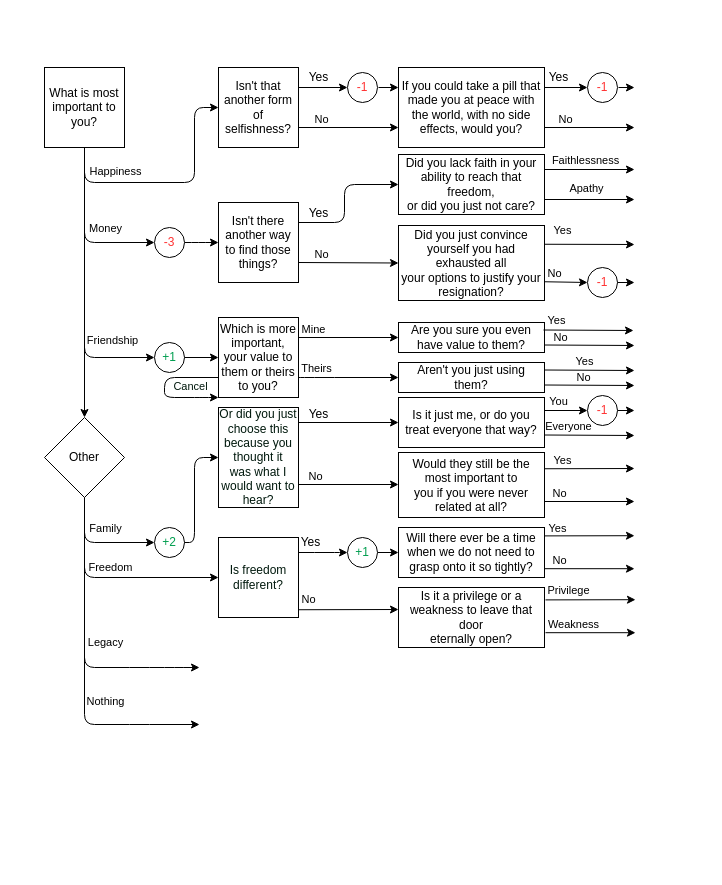
Before: assets/media/reborn/Untitled Diagram.drawio in BIGJRA/BIGJRA.github.io, a draw.io diagram. Source tidied: cells renumbered, new cells numbered last; positions are measured from the earlier drawing's top-left corner, leaving out a move shared by most shapes. Both pictures are drawn from the tidied source at 100%, with x=0, y=0 at pixel (44, 67).
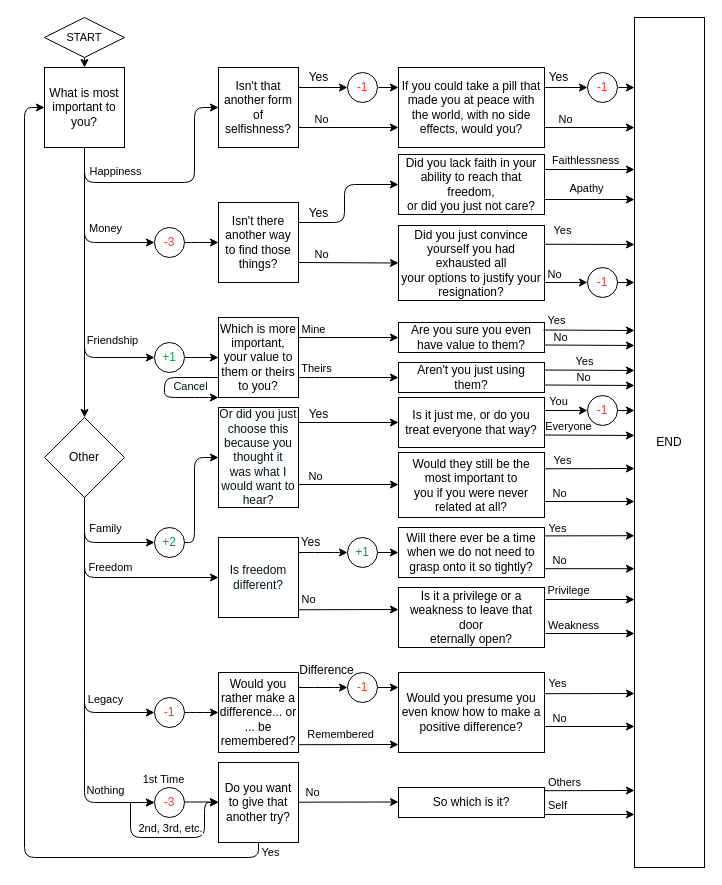
The same page after the edit.

Commit message:
finished diagram

Unchanged cells that the change refers to:
```xml
<mxCell id="16" value="What is most important to you?" style="whiteSpace=wrap;html=1;fontColor=#000000;" parent="1" vertex="1">
  <mxGeometry width="80" height="80" as="geometry" />
</mxCell>
<mxCell id="42" value="Did you just convince yourself you had exhausted all &lt;br&gt;your options to justify your resignation?" style="rounded=0;whiteSpace=wrap;html=1;fontColor=default;" parent="1" vertex="1">
  <mxGeometry x="354" y="158" width="146" height="75" as="geometry" />
</mxCell>
<mxCell id="43" value="-1" style="ellipse;whiteSpace=wrap;html=1;fontColor=#FF3333;" parent="1" vertex="1">
  <mxGeometry x="543" y="200" width="30" height="30" as="geometry" />
</mxCell>
<mxCell id="52" value="Other" style="rhombus;whiteSpace=wrap;html=1;fontColor=default;" parent="1" vertex="1">
  <mxGeometry y="350" width="80" height="80" as="geometry" />
</mxCell>
```

The edit, as a diff of the source:
```diff
@@
-    <mxCell id="10" style="endArrow=classic;html=1;exitX=0.5;exitY=1;exitDx=0;exitDy=0;" parent="1" edge="1" source="52">
+    <mxCell id="10" style="endArrow=classic;html=1;exitX=0.5;exitY=1;exitDx=0;exitDy=0;entryX=0;entryY=0.5;entryDx=0;entryDy=0;" parent="1" edge="1" source="52" target="109">
       <mxGeometry relative="1" as="geometry">
-        <mxPoint x="155" y="600" as="targetPoint" />
         <Array as="points">
-          <mxPoint x="40" y="600" />
-          <mxPoint x="95" y="600" />
-          <mxPoint x="130" y="600" />
+          <mxPoint x="40" y="645" />
         </Array>
       </mxGeometry>
     </mxCell>
     <mxCell id="11" value="Legacy" style="edgeLabel;html=1;align=center;verticalAlign=middle;" parent="10" vertex="1">
       <mxGeometry relative="1" as="geometry">
-        <mxPoint x="20" y="1" as="offset" />
+        <mxPoint x="20" y="58" as="offset" />
       </mxGeometry>
     </mxCell>
-    <mxCell id="12" style="endArrow=classic;html=1;exitX=0.5;exitY=1;exitDx=0;exitDy=0;" parent="1" edge="1" source="52">
+    <mxCell id="12" style="endArrow=classic;html=1;exitX=0.5;exitY=1;exitDx=0;exitDy=0;entryX=0;entryY=0.5;entryDx=0;entryDy=0;" parent="1" edge="1" source="52" target="121">
       <mxGeometry relative="1" as="geometry">
-        <mxPoint x="155" y="657" as="targetPoint" />
         <Array as="points">
           <mxPoint x="40" y="657" />
-          <mxPoint x="95" y="657" />
+          <mxPoint x="40" y="735" />
         </Array>
       </mxGeometry>
     </mxCell>
     <mxCell id="13" value="&lt;div&gt;Nothing&lt;/div&gt;" style="edgeLabel;html=1;align=center;verticalAlign=middle;" parent="12" vertex="1">
       <mxGeometry relative="1" as="geometry">
-        <mxPoint x="20" y="32" as="offset" />
+        <mxPoint x="20" y="104" as="offset" />
       </mxGeometry>
     </mxCell>
@@
-    <mxCell id="45" style="endArrow=classic;html=1;fontColor=#FF3333;exitX=1;exitY=0.75;exitDx=0;exitDy=0;entryX=0;entryY=0.5;entryDx=0;entryDy=0;" parent="1" edge="1" source="42" target="43">
-      <mxGeometry relative="1" as="geometry" />
+    <mxCell id="45" style="endArrow=classic;html=1;fontColor=#FF3333;entryX=0;entryY=0.5;entryDx=0;entryDy=0;" parent="1" edge="1" target="43">
+      <mxGeometry relative="1" as="geometry">
+        <mxPoint x="500" y="215" as="sourcePoint" />
+      </mxGeometry>
     </mxCell>
@@
     <mxCell id="58" style="endArrow=classic;html=1;fontColor=#FF3333;exitX=1;exitY=0.25;exitDx=0;exitDy=0;" parent="1" edge="1">
       <mxGeometry relative="1" as="geometry">
         <mxPoint x="499" y="262.5" as="sourcePoint" />
-        <mxPoint x="589" y="263" as="targetPoint" />
+        <mxPoint x="590" y="263" as="targetPoint" />
       </mxGeometry>
     </mxCell>
@@
     <mxCell id="101" style="endArrow=classic;html=1;fontColor=#FF3333;exitX=1;exitY=0.25;exitDx=0;exitDy=0;snapToPoint=1;flowAnimation=0;orthogonal=1;" parent="1" edge="1">
       <mxGeometry relative="1" as="geometry">
-        <mxPoint x="501" y="532.4" as="sourcePoint" />
-        <mxPoint x="591" y="532.2" as="targetPoint" />
+        <mxPoint x="501" y="532" as="sourcePoint" />
+        <mxPoint x="590" y="532" as="targetPoint" />
       </mxGeometry>
     </mxCell>
     <mxCell id="102" style="endArrow=classic;html=1;fontColor=#FF3333;" parent="1" edge="1">
       <mxGeometry relative="1" as="geometry">
-        <mxPoint x="501" y="565.2" as="sourcePoint" />
-        <mxPoint x="591" y="565.2" as="targetPoint" />
+        <mxPoint x="501" y="566" as="sourcePoint" />
+        <mxPoint x="590" y="566" as="targetPoint" />
       </mxGeometry>
     </mxCell>
@@
+    <mxCell id="107" value="Would you rather make a difference... or ... be &lt;br&gt;remembered?" style="rounded=0;whiteSpace=wrap;html=1;fontColor=#000000;" parent="1" vertex="1">
+      <mxGeometry x="174" y="605" width="80" height="80" as="geometry" />
+    </mxCell>
+    <mxCell id="108" style="edgeStyle=orthogonalEdgeStyle;rounded=1;comic=0;jettySize=auto;html=1;exitX=1;exitY=0.5;exitDx=0;exitDy=0;entryX=0;entryY=0.5;entryDx=0;entryDy=0;fontSize=11;fontColor=#00190D;" parent="1" edge="1" source="109" target="107">
+      <mxGeometry relative="1" as="geometry">
+        <Array as="points">
+          <mxPoint x="150" y="645" />
+          <mxPoint x="150" y="645" />
+        </Array>
+      </mxGeometry>
+    </mxCell>
+    <mxCell id="109" value="-1" style="ellipse;whiteSpace=wrap;html=1;fontColor=#FF3333;" parent="1" vertex="1">
+      <mxGeometry x="110" y="630" width="30" height="30" as="geometry" />
+    </mxCell>
+    <mxCell id="110" style="endArrow=classic;html=1;entryX=0;entryY=0.5;entryDx=0;entryDy=0;noJump=0;flowAnimation=0;orthogonalLoop=0;orthogonal=0;enumerate=0;comic=0;rounded=1;" parent="1" edge="1">
+      <mxGeometry relative="1" as="geometry">
+        <mxPoint x="254" y="620" as="sourcePoint" />
+        <mxPoint x="303" y="620" as="targetPoint" />
+        <Array as="points">
+          <mxPoint x="280" y="620" />
+          <mxPoint x="300" y="620" />
+        </Array>
+      </mxGeometry>
+    </mxCell>
+    <mxCell id="111" style="endArrow=classic;html=1;exitX=1;exitY=0.903;exitDx=0;exitDy=0;exitPerimeter=0;" parent="1" edge="1">
+      <mxGeometry relative="1" as="geometry">
+        <mxPoint x="254" y="677.2" as="sourcePoint" />
+        <mxPoint x="354" y="677" as="targetPoint" />
+      </mxGeometry>
+    </mxCell>
+    <mxCell id="112" value="Difference" style="text;html=1;align=center;verticalAlign=middle;fillColor=none;strokeColor=none;rounded=0;fontColor=default;" parent="1" vertex="1">
+      <mxGeometry x="247" y="593" width="70" height="20" as="geometry" />
+    </mxCell>
+    <mxCell id="113" value="Remembered" style="edgeLabel;html=1;align=center;verticalAlign=middle;fontColor=default;" parent="1" vertex="1">
+      <mxGeometry x="286" y="595" as="geometry">
+        <mxPoint x="9" y="71" as="offset" />
+      </mxGeometry>
+    </mxCell>
+    <mxCell id="114" style="edgeStyle=orthogonalEdgeStyle;rounded=1;comic=0;orthogonalLoop=1;jettySize=auto;html=1;exitX=1;exitY=0.5;exitDx=0;exitDy=0;entryX=0;entryY=0.5;entryDx=0;entryDy=0;fontColor=#00190D;" parent="1" edge="1">
+      <mxGeometry relative="1" as="geometry">
+        <mxPoint x="333" y="620" as="sourcePoint" />
+        <mxPoint x="354" y="620" as="targetPoint" />
+      </mxGeometry>
+    </mxCell>
+    <mxCell id="115" value="-1" style="ellipse;whiteSpace=wrap;html=1;fontColor=#FF3333;" parent="1" vertex="1">
+      <mxGeometry x="303" y="605" width="30" height="30" as="geometry" />
+    </mxCell>
+    <mxCell id="116" value="Would you presume you even know how to make a &lt;br&gt;positive difference?" style="rounded=0;whiteSpace=wrap;html=1;fontColor=default;" parent="1" vertex="1">
+      <mxGeometry x="354" y="605" width="146" height="80" as="geometry" />
+    </mxCell>
+    <mxCell id="117" style="endArrow=classic;html=1;fontColor=#FF3333;exitX=1;exitY=0.25;exitDx=0;exitDy=0;snapToPoint=1;flowAnimation=0;orthogonal=1;" parent="1" edge="1">
+      <mxGeometry relative="1" as="geometry">
+        <mxPoint x="500" y="626.2" as="sourcePoint" />
+        <mxPoint x="590" y="626" as="targetPoint" />
+      </mxGeometry>
+    </mxCell>
+    <mxCell id="118" style="endArrow=classic;html=1;fontColor=#FF3333;" parent="1" edge="1">
+      <mxGeometry relative="1" as="geometry">
+        <mxPoint x="500" y="659" as="sourcePoint" />
+        <mxPoint x="590" y="659" as="targetPoint" />
+      </mxGeometry>
+    </mxCell>
+    <mxCell id="119" value="No" style="edgeLabel;html=1;align=center;verticalAlign=middle;fontColor=default;" parent="118" vertex="1">
+      <mxGeometry x="-0.56" y="7" relative="1" as="geometry">
+        <mxPoint x="-6" y="-2" as="offset" />
+      </mxGeometry>
+    </mxCell>
+    <mxCell id="120" value="Yes" style="edgeLabel;html=1;align=center;verticalAlign=middle;fontColor=default;" parent="1" vertex="1">
+      <mxGeometry x="525" y="553" as="geometry">
+        <mxPoint x="-13" y="62" as="offset" />
+      </mxGeometry>
+    </mxCell>
+    <mxCell id="121" value="-3" style="ellipse;whiteSpace=wrap;html=1;fontColor=#FF3333;" parent="1" vertex="1">
+      <mxGeometry x="110" y="720" width="30" height="30" as="geometry" />
+    </mxCell>
+    <mxCell id="122" style="edgeStyle=orthogonalEdgeStyle;rounded=1;comic=0;orthogonalLoop=1;jettySize=auto;html=1;exitX=1;exitY=0.5;exitDx=0;exitDy=0;entryX=0;entryY=0.5;entryDx=0;entryDy=0;fontSize=11;fontColor=#00190D;" parent="1" edge="1">
+      <mxGeometry relative="1" as="geometry">
+        <mxPoint x="140" y="734.5" as="sourcePoint" />
+        <mxPoint x="174" y="734.5" as="targetPoint" />
+        <Array as="points">
+          <mxPoint x="150" y="734.5" />
+          <mxPoint x="150" y="734.5" />
+        </Array>
+      </mxGeometry>
+    </mxCell>
+    <mxCell id="123" value="Do you want to give that another try?" style="rounded=0;whiteSpace=wrap;html=1;fontColor=#000000;" parent="1" vertex="1">
+      <mxGeometry x="174" y="695" width="80" height="80" as="geometry" />
+    </mxCell>
+    <mxCell id="124" style="endArrow=classic;html=1;exitX=1;exitY=0.903;exitDx=0;exitDy=0;exitPerimeter=0;" parent="1" edge="1">
+      <mxGeometry relative="1" as="geometry">
+        <mxPoint x="254" y="734.7" as="sourcePoint" />
+        <mxPoint x="354" y="734.5" as="targetPoint" />
+      </mxGeometry>
+    </mxCell>
+    <mxCell id="125" value="No" style="edgeLabel;html=1;align=center;verticalAlign=middle;fontColor=default;" parent="1" vertex="1">
+      <mxGeometry x="528" y="665" as="geometry">
+        <mxPoint x="-261" y="59" as="offset" />
+      </mxGeometry>
+    </mxCell>
+    <mxCell id="126" value="1st Time" style="edgeLabel;html=1;align=center;verticalAlign=middle;" parent="1" vertex="1">
+      <mxGeometry x="130" y="710" as="geometry">
+        <mxPoint x="-12" y="1" as="offset" />
+      </mxGeometry>
+    </mxCell>
+    <mxCell id="127" style="endArrow=classic;html=1;rounded=1;comic=0;fontSize=11;fontColor=#000000;exitX=1;exitY=0.5;exitDx=0;exitDy=0;entryX=0;entryY=0.5;entryDx=0;entryDy=0;" parent="1" edge="1" target="121">
+      <mxGeometry relative="1" as="geometry">
+        <mxPoint x="86" y="735" as="sourcePoint" />
+      </mxGeometry>
+    </mxCell>
+    <mxCell id="128" style="endArrow=classic;html=1;rounded=1;comic=0;fontSize=11;fontColor=#000000;exitX=1;exitY=0.5;exitDx=0;exitDy=0;entryX=0;entryY=0.5;entryDx=0;entryDy=0;" parent="1" edge="1" target="123">
+      <mxGeometry relative="1" as="geometry">
+        <mxPoint x="86" y="735" as="sourcePoint" />
+        <Array as="points">
+          <mxPoint x="86" y="770" />
+          <mxPoint x="120" y="770" />
+          <mxPoint x="160" y="770" />
+          <mxPoint x="160" y="735" />
+        </Array>
+      </mxGeometry>
+    </mxCell>
+    <mxCell id="129" value="2nd, 3rd, etc." style="edgeLabel;html=1;align=center;verticalAlign=middle;" parent="1" vertex="1">
+      <mxGeometry x="125" y="760" as="geometry" />
+    </mxCell>
+    <mxCell id="130" style="endArrow=classic;html=1;rounded=1;comic=0;fontSize=11;fontColor=#000000;exitX=0.5;exitY=1;exitDx=0;exitDy=0;entryX=0;entryY=0.5;entryDx=0;entryDy=0;" parent="1" edge="1" source="123" target="16">
+      <mxGeometry relative="1" as="geometry">
+        <Array as="points">
+          <mxPoint x="214" y="790" />
+          <mxPoint x="-20" y="790" />
+          <mxPoint x="-20" y="40" />
+        </Array>
+      </mxGeometry>
+    </mxCell>
+    <mxCell id="131" value="START" style="rhombus;whiteSpace=wrap;html=1;fontSize=11;fontColor=#000000;fillColor=none;" parent="1" vertex="1">
+      <mxGeometry y="-50" width="80" height="40" as="geometry" />
+    </mxCell>
+    <mxCell id="132" style="endArrow=classic;html=1;rounded=1;comic=0;fontSize=11;fontColor=#000000;exitX=0.5;exitY=1;exitDx=0;exitDy=0;entryX=0.5;entryY=0;entryDx=0;entryDy=0;" parent="1" edge="1" source="131" target="16">
+      <mxGeometry relative="1" as="geometry" />
+    </mxCell>
+    <mxCell id="133" value="&lt;div&gt;Yes&lt;/div&gt;" style="edgeLabel;html=1;align=center;verticalAlign=middle;fontColor=default;" parent="1" vertex="1">
+      <mxGeometry x="486" y="725" as="geometry">
+        <mxPoint x="-261" y="59" as="offset" />
+      </mxGeometry>
+    </mxCell>
+    <mxCell id="134" value="So which is it?" style="rounded=0;whiteSpace=wrap;html=1;fontColor=default;" parent="1" vertex="1">
+      <mxGeometry x="354" y="720" width="146" height="30" as="geometry" />
+    </mxCell>
+    <mxCell id="135" style="endArrow=classic;html=1;fontColor=#FF3333;exitX=1;exitY=0.25;exitDx=0;exitDy=0;snapToPoint=1;flowAnimation=0;orthogonal=1;" parent="1" edge="1">
+      <mxGeometry relative="1" as="geometry">
+        <mxPoint x="500" y="723.2" as="sourcePoint" />
+        <mxPoint x="590" y="723" as="targetPoint" />
+      </mxGeometry>
+    </mxCell>
+    <mxCell id="136" value="&lt;div&gt;Others&lt;/div&gt;" style="edgeLabel;html=1;align=center;verticalAlign=middle;fontSize=11;fontColor=#000000;" parent="135" vertex="1">
+      <mxGeometry x="-0.51" y="7" relative="1" as="geometry">
+        <mxPoint x="-2" y="-2" as="offset" />
+      </mxGeometry>
+    </mxCell>
+    <mxCell id="137" style="endArrow=classic;html=1;fontColor=#FF3333;" parent="1" edge="1">
+      <mxGeometry relative="1" as="geometry">
+        <mxPoint x="500" y="747" as="sourcePoint" />
+        <mxPoint x="590" y="747" as="targetPoint" />
+      </mxGeometry>
+    </mxCell>
+    <mxCell id="138" value="&lt;div&gt;Self&lt;/div&gt;" style="edgeLabel;html=1;align=center;verticalAlign=middle;fontColor=default;" parent="137" vertex="1">
+      <mxGeometry x="-0.56" y="7" relative="1" as="geometry">
+        <mxPoint x="-8" y="-3" as="offset" />
+      </mxGeometry>
+    </mxCell>
+    <mxCell id="139" value="END" style="rounded=0;whiteSpace=wrap;html=1;fontColor=default;" parent="1" vertex="1">
+      <mxGeometry x="590" y="-50" width="70" height="850" as="geometry" />
+    </mxCell>
```
